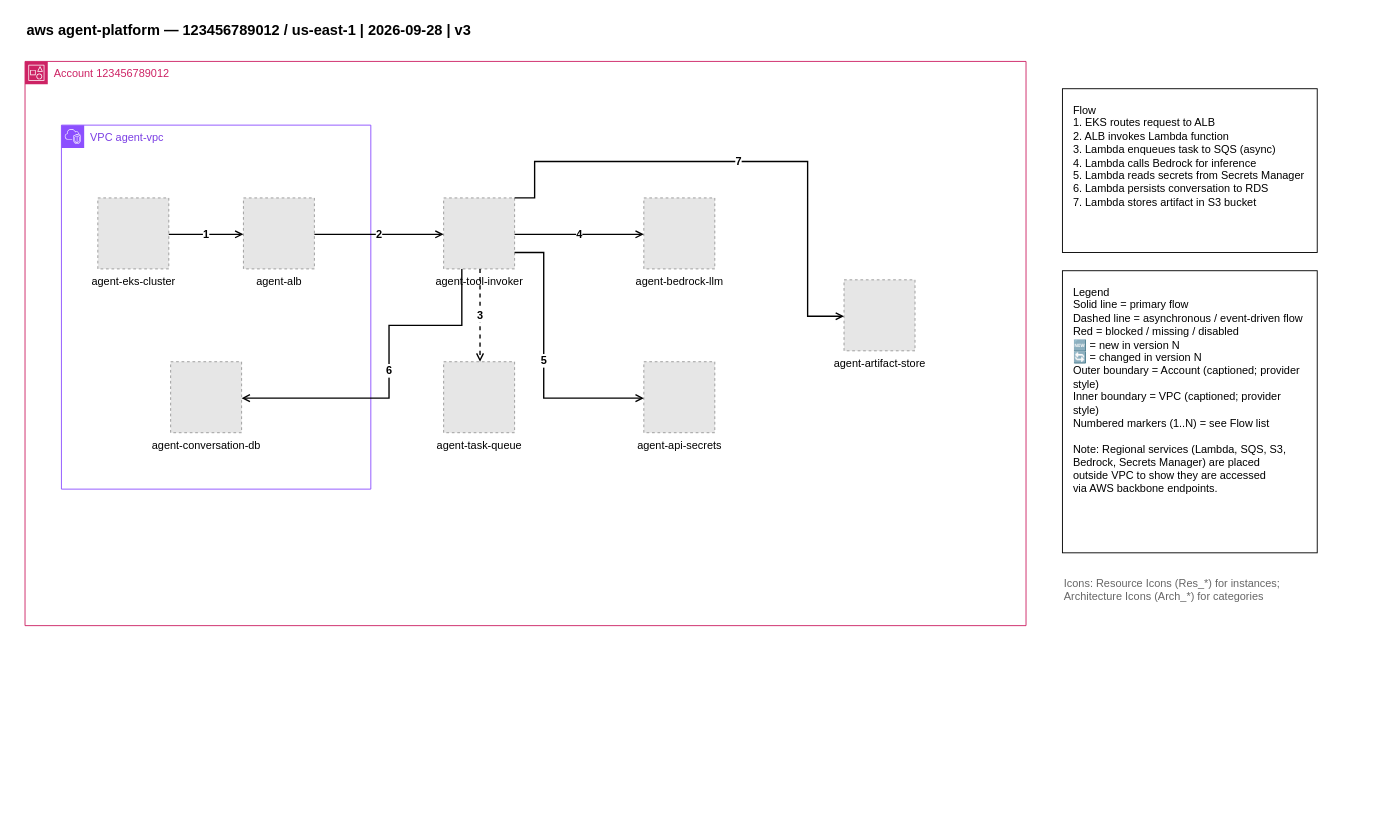
Above: examples/aws/01-aws-agent-platform.drawio in totoshko88/Cloud_Architecture (draw.io), before the change. Source tidied: cells renumbered, new cells numbered last; positions are measured from the earlier drawing's top-left corner, leaving out a move shared by most shapes. Both pictures are drawn from the tidied source at 91%, with x=0, y=0 at pixel (25, 15). Pictures stored in the file or linked from it are replaced by grey dashed boxes.
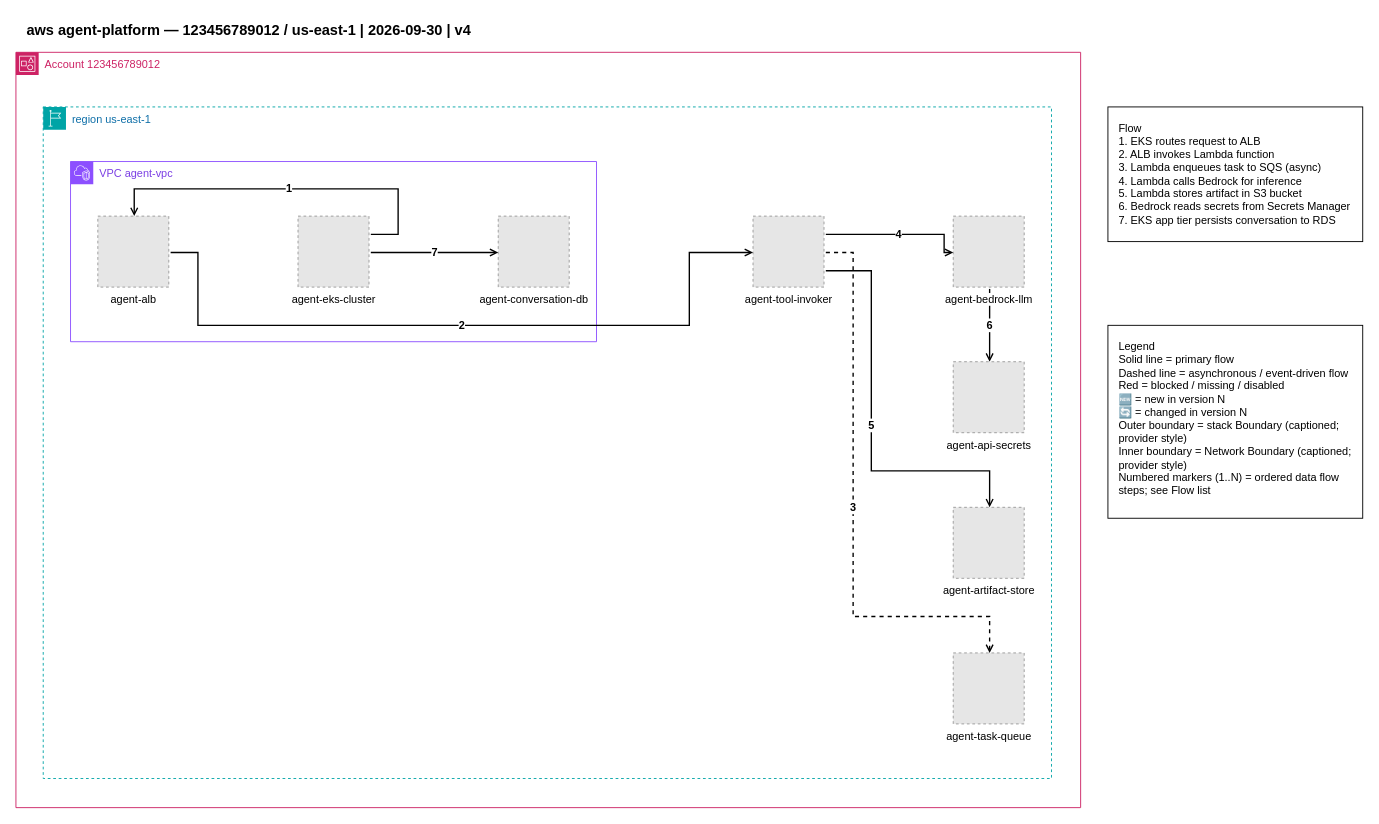
Above is the later version.

The edit, as a diff of the source:
```diff
@@
-    <mxCell id="2" value="aws agent-platform — 123456789012 / us-east-1 | 2026-09-28 | v3" style="text;html=1;align=left;verticalAlign=middle;fontSize=16;fontStyle=1;" parent="1" vertex="1">
+    <mxCell id="2" value="aws agent-platform — 123456789012 / us-east-1 | 2026-09-30 | v4" style="text;html=1;strokeColor=none;fillColor=none;align=left;verticalAlign=middle;fontSize=16;fontStyle=1;" parent="1" vertex="1">
       <mxGeometry width="900" height="30" as="geometry" />
     </mxCell>
     <mxCell id="3" value="Account 123456789012" style="shape=mxgraph.aws4.group;grIcon=mxgraph.aws4.group_account;grStroke=1;fillColor=none;strokeColor=#CD2264;dashed=0;verticalAlign=top;align=left;spacingLeft=30;fontColor=#CD2264;fontSize=12;html=1;" parent="1" vertex="1">
-      <mxGeometry y="50" width="1100" height="620" as="geometry" />
+      <mxGeometry x="-10" y="40" width="1170" height="830" as="geometry" />
     </mxCell>
+    <mxCell id="23" value="region us-east-1" style="shape=mxgraph.aws4.group;grIcon=mxgraph.aws4.group_region;grStroke=1;fillColor=none;strokeColor=#00A4A6;dashed=1;verticalAlign=top;align=left;spacingLeft=30;fontColor=#0F6FA8;fontSize=12;html=1;" parent="1" vertex="1">
+      <mxGeometry x="20" y="100" width="1108" height="738" as="geometry" />
+    </mxCell>
     <mxCell id="4" value="VPC agent-vpc" style="shape=mxgraph.aws4.group;grIcon=mxgraph.aws4.group_vpc2;grStroke=1;fillColor=none;strokeColor=#8C4FFF;dashed=0;verticalAlign=top;align=left;spacingLeft=30;fontColor=#7B3FE4;fontSize=12;html=1;" parent="1" vertex="1">
-      <mxGeometry x="40" y="120" width="340" height="400" as="geometry" />
+      <mxGeometry x="50" y="160" width="578" height="198" as="geometry" />
     </mxCell>
+    <mxCell id="18" value="6" style="edgeStyle=orthogonalEdgeStyle;rounded=0;html=1;endArrow=open;endFill=0;strokeWidth=1.5;exitX=0.5128205128205128;exitY=1.0256410256410255;exitDx=0;exitDy=0;exitPerimeter=0;entryX=0.5128205128205128;entryY=0.0;entryDx=0;entryDy=0;fontSize=12;fontStyle=1;" parent="1" edge="1" source="10" target="11">
+      <mxGeometry relative="1" as="geometry" />
+    </mxCell>
-    <mxCell id="5" value="agent-eks-cluster" style="fillColor=#E6E6E6;strokeColor=#999999;dashed=1;verticalLabelPosition=bottom;verticalAlign=top;html=1;align=center;fontSize=12;" parent="1" vertex="1">
-      <mxGeometry x="80" y="200" width="78" height="78" as="geometry" />
+    <mxCell id="5" value="agent-eks-cluster" style="fillColor=#E6E6E6;strokeColor=#999999;dashed=1;verticalLabelPosition=bottom;verticalAlign=top;html=1;align=center;fontSize=12;labelBackgroundColor=#FFFFFF;" parent="1" vertex="1">
+      <mxGeometry x="300" y="220" width="78" height="78" as="geometry" />
     </mxCell>
-    <mxCell id="6" value="agent-alb" style="fillColor=#E6E6E6;strokeColor=#999999;dashed=1;verticalLabelPosition=bottom;verticalAlign=top;html=1;align=center;fontSize=12;" parent="1" vertex="1">
-      <mxGeometry x="240" y="200" width="78" height="78" as="geometry" />
+    <mxCell id="6" value="agent-alb" style="fillColor=#E6E6E6;strokeColor=#999999;dashed=1;verticalLabelPosition=bottom;verticalAlign=top;html=1;align=center;fontSize=12;labelBackgroundColor=#FFFFFF;" parent="1" vertex="1">
+      <mxGeometry x="80" y="220" width="78" height="78" as="geometry" />
     </mxCell>
-    <mxCell id="7" value="agent-conversation-db" style="fillColor=#E6E6E6;strokeColor=#999999;dashed=1;verticalLabelPosition=bottom;verticalAlign=top;html=1;align=center;fontSize=12;" parent="1" vertex="1">
-      <mxGeometry x="160" y="380" width="78" height="78" as="geometry" />
+    <mxCell id="7" value="agent-conversation-db" style="fillColor=#E6E6E6;strokeColor=#999999;dashed=1;verticalLabelPosition=bottom;verticalAlign=top;html=1;align=center;fontSize=12;labelBackgroundColor=#FFFFFF;" parent="1" vertex="1">
+      <mxGeometry x="520" y="220" width="78" height="78" as="geometry" />
     </mxCell>
-    <mxCell id="8" value="agent-tool-invoker" style="fillColor=#E6E6E6;strokeColor=#999999;dashed=1;verticalLabelPosition=bottom;verticalAlign=top;html=1;align=center;fontSize=12;" parent="1" vertex="1">
-      <mxGeometry x="460" y="200" width="78" height="78" as="geometry" />
+    <mxCell id="8" value="agent-tool-invoker" style="fillColor=#E6E6E6;strokeColor=#999999;dashed=1;verticalLabelPosition=bottom;verticalAlign=top;html=1;align=center;fontSize=12;labelBackgroundColor=#FFFFFF;" parent="1" vertex="1">
+      <mxGeometry x="800" y="220" width="78" height="78" as="geometry" />
     </mxCell>
-    <mxCell id="9" value="agent-task-queue" style="fillColor=#E6E6E6;strokeColor=#999999;dashed=1;verticalLabelPosition=bottom;verticalAlign=top;html=1;align=center;fontSize=12;" parent="1" vertex="1">
-      <mxGeometry x="460" y="380" width="78" height="78" as="geometry" />
+    <mxCell id="9" value="agent-task-queue" style="fillColor=#E6E6E6;strokeColor=#999999;dashed=1;verticalLabelPosition=bottom;verticalAlign=top;html=1;align=center;fontSize=12;labelBackgroundColor=#FFFFFF;" parent="1" vertex="1">
+      <mxGeometry x="1020" y="700" width="78" height="78" as="geometry" />
     </mxCell>
-    <mxCell id="10" value="agent-bedrock-llm" style="fillColor=#E6E6E6;strokeColor=#999999;dashed=1;verticalLabelPosition=bottom;verticalAlign=top;html=1;align=center;fontSize=12;" parent="1" vertex="1">
-      <mxGeometry x="680" y="200" width="78" height="78" as="geometry" />
+    <mxCell id="10" value="agent-bedrock-llm" style="fillColor=#E6E6E6;strokeColor=#999999;dashed=1;verticalLabelPosition=bottom;verticalAlign=top;html=1;align=center;fontSize=12;labelBackgroundColor=#FFFFFF;" parent="1" vertex="1">
+      <mxGeometry x="1020" y="220" width="78" height="78" as="geometry" />
     </mxCell>
-    <mxCell id="11" value="agent-api-secrets" style="fillColor=#E6E6E6;strokeColor=#999999;dashed=1;verticalLabelPosition=bottom;verticalAlign=top;html=1;align=center;fontSize=12;" parent="1" vertex="1">
-      <mxGeometry x="680" y="380" width="78" height="78" as="geometry" />
+    <mxCell id="11" value="agent-api-secrets" style="fillColor=#E6E6E6;strokeColor=#999999;dashed=1;verticalLabelPosition=bottom;verticalAlign=top;html=1;align=center;fontSize=12;labelBackgroundColor=#FFFFFF;" parent="1" vertex="1">
+      <mxGeometry x="1020" y="380" width="78" height="78" as="geometry" />
     </mxCell>
-    <mxCell id="12" value="agent-artifact-store" style="fillColor=#E6E6E6;strokeColor=#999999;dashed=1;verticalLabelPosition=bottom;verticalAlign=top;html=1;align=center;fontSize=12;" parent="1" vertex="1">
-      <mxGeometry x="900" y="290" width="78" height="78" as="geometry" />
+    <mxCell id="12" value="agent-artifact-store" style="fillColor=#E6E6E6;strokeColor=#999999;dashed=1;verticalLabelPosition=bottom;verticalAlign=top;html=1;align=center;fontSize=12;labelBackgroundColor=#FFFFFF;" parent="1" vertex="1">
+      <mxGeometry x="1020" y="540" width="78" height="78" as="geometry" />
     </mxCell>
-    <mxCell id="13" value="1" style="edgeStyle=orthogonalEdgeStyle;rounded=0;html=1;endArrow=open;endFill=0;strokeWidth=1.5;exitX=1;exitY=0.5128;entryX=0;entryY=0.5128;fontSize=12;fontStyle=1;" parent="1" edge="1" source="5" target="6">
-      <mxGeometry relative="1" as="geometry" />
+    <mxCell id="13" value="1" style="edgeStyle=orthogonalEdgeStyle;rounded=0;html=1;endArrow=open;endFill=0;strokeWidth=1.5;exitX=1.0256410256410255;exitY=0.2564102564102564;exitDx=0;exitDy=0;exitPerimeter=0;entryX=0.5128205128205128;entryY=0.0;entryDx=0;entryDy=0;fontSize=12;fontStyle=1;" parent="1" edge="1" source="5" target="6">
+      <mxGeometry relative="1" as="geometry">
+        <Array as="points">
+          <mxPoint x="410" y="240" />
+          <mxPoint x="410" y="190" />
+          <mxPoint x="120" y="190" />
+        </Array>
+      </mxGeometry>
     </mxCell>
-    <mxCell id="14" value="2" style="edgeStyle=orthogonalEdgeStyle;rounded=0;html=1;endArrow=open;endFill=0;strokeWidth=1.5;exitX=1;exitY=0.5128;entryX=0;entryY=0.5128;fontSize=12;fontStyle=1;" parent="1" edge="1" source="6" target="8">
-      <mxGeometry relative="1" as="geometry" />
+    <mxCell id="14" value="2" style="edgeStyle=orthogonalEdgeStyle;rounded=0;html=1;endArrow=open;endFill=0;strokeWidth=1.5;exitX=1.0256410256410255;exitY=0.5128205128205128;exitDx=0;exitDy=0;exitPerimeter=0;entryX=0.0;entryY=0.5128205128205128;entryDx=0;entryDy=0;fontSize=12;fontStyle=1;" parent="1" edge="1" source="6" target="8">
+      <mxGeometry relative="1" as="geometry">
+        <Array as="points">
+          <mxPoint x="190" y="260" />
+          <mxPoint x="190" y="340" />
+          <mxPoint x="730" y="340" />
+          <mxPoint x="730" y="260" />
+        </Array>
+      </mxGeometry>
     </mxCell>
-    <mxCell id="15" value="3" style="edgeStyle=orthogonalEdgeStyle;rounded=0;html=1;dashed=1;endArrow=open;endFill=0;strokeWidth=1.5;exitX=0.5128;exitY=1;entryX=0.5128;entryY=0;fontSize=12;fontStyle=1;" parent="1" edge="1" source="8" target="9">
-      <mxGeometry relative="1" as="geometry" />
+    <mxCell id="15" value="3" style="edgeStyle=orthogonalEdgeStyle;rounded=0;html=1;endArrow=open;endFill=0;strokeWidth=1.5;dashed=1;exitX=1.0256410256410255;exitY=0.5128205128205128;exitDx=0;exitDy=0;exitPerimeter=0;entryX=0.5128205128205128;entryY=0.0;entryDx=0;entryDy=0;fontSize=12;fontStyle=1;" parent="1" edge="1" source="8" target="9">
+      <mxGeometry relative="1" as="geometry">
+        <Array as="points">
+          <mxPoint x="910" y="260" />
+          <mxPoint x="910" y="660" />
+          <mxPoint x="1060" y="660" />
+        </Array>
+      </mxGeometry>
     </mxCell>
-    <mxCell id="16" value="4" style="edgeStyle=orthogonalEdgeStyle;rounded=0;html=1;endArrow=open;endFill=0;strokeWidth=1.5;exitX=1;exitY=0.5128;entryX=0;entryY=0.5128;fontSize=12;fontStyle=1;" parent="1" edge="1" source="8" target="10">
-      <mxGeometry relative="1" as="geometry" />
+    <mxCell id="16" value="4" style="edgeStyle=orthogonalEdgeStyle;rounded=0;html=1;endArrow=open;endFill=0;strokeWidth=1.5;exitX=1.0256410256410255;exitY=0.2564102564102564;exitDx=0;exitDy=0;exitPerimeter=0;entryX=0.0;entryY=0.5128205128205128;entryDx=0;entryDy=0;fontSize=12;fontStyle=1;" parent="1" edge="1" source="8" target="10">
+      <mxGeometry relative="1" as="geometry">
+        <Array as="points">
+          <mxPoint x="1010" y="240" />
+          <mxPoint x="1010" y="260" />
+        </Array>
+      </mxGeometry>
     </mxCell>
-    <mxCell id="17" value="5" style="edgeStyle=orthogonalEdgeStyle;rounded=0;html=1;endArrow=open;endFill=0;strokeWidth=1.5;exitX=1;exitY=0.7692;entryX=0;entryY=0.5128;fontSize=12;fontStyle=1;" parent="1" edge="1" source="8" target="11">
+    <mxCell id="17" value="5" style="edgeStyle=orthogonalEdgeStyle;rounded=0;html=1;endArrow=open;endFill=0;strokeWidth=1.5;exitX=1.0256410256410255;exitY=0.7692307692307693;exitDx=0;exitDy=0;exitPerimeter=0;entryX=0.5128205128205128;entryY=0.0;entryDx=0;entryDy=0;fontSize=12;fontStyle=1;" parent="1" edge="1" source="8" target="12">
       <mxGeometry relative="1" as="geometry">
         <Array as="points">
-          <mxPoint x="570" y="260" />
-          <mxPoint x="570" y="420" />
+          <mxPoint x="930" y="280" />
+          <mxPoint x="930" y="500" />
+          <mxPoint x="1060" y="500" />
         </Array>
       </mxGeometry>
     </mxCell>
-    <mxCell id="18" value="6" style="edgeStyle=orthogonalEdgeStyle;rounded=0;html=1;endArrow=open;endFill=0;strokeWidth=1.5;exitX=0.2564;exitY=1;entryX=1;entryY=0.5128;fontSize=12;fontStyle=1;" parent="1" edge="1" source="8" target="7">
-      <mxGeometry relative="1" as="geometry">
-        <Array as="points">
-          <mxPoint x="480" y="340" />
-          <mxPoint x="400" y="340" />
-          <mxPoint x="400" y="420" />
-        </Array>
-      </mxGeometry>
-    </mxCell>
-    <mxCell id="19" value="7" style="edgeStyle=orthogonalEdgeStyle;rounded=0;html=1;endArrow=open;endFill=0;strokeWidth=1.5;exitX=1;exitY=0;entryX=0;entryY=0.5128;fontSize=12;fontStyle=1;" parent="1" edge="1" source="8" target="12">
-      <mxGeometry relative="1" as="geometry">
-        <Array as="points">
-          <mxPoint x="560" y="200" />
-          <mxPoint x="560" y="160" />
-          <mxPoint x="860" y="160" />
-          <mxPoint x="860" y="330" />
-        </Array>
-      </mxGeometry>
+    <mxCell id="19" value="7" style="edgeStyle=orthogonalEdgeStyle;rounded=0;html=1;endArrow=open;endFill=0;strokeWidth=1.5;exitX=1.0256410256410255;exitY=0.5128205128205128;exitDx=0;exitDy=0;exitPerimeter=0;entryX=0.0;entryY=0.5128205128205128;entryDx=0;entryDy=0;fontSize=12;fontStyle=1;" parent="1" edge="1" source="5" target="7">
+      <mxGeometry relative="1" as="geometry" />
     </mxCell>
-    <mxCell id="20" value="Flow&#10;1. EKS routes request to ALB&#10;2. ALB invokes Lambda function&#10;3. Lambda enqueues task to SQS (async)&#10;4. Lambda calls Bedrock for inference&#10;5. Lambda reads secrets from Secrets Manager&#10;6. Lambda persists conversation to RDS&#10;7. Lambda stores artifact in S3 bucket" style="text;html=1;align=left;verticalAlign=top;fontSize=12;whiteSpace=wrap;strokeColor=#000000;fillColor=#FFFFFF;spacingLeft=10;spacingRight=10;spacingTop=10;spacingBottom=10;" parent="1" vertex="1">
-      <mxGeometry x="1140" y="80" width="280" height="180" as="geometry" />
+    <mxCell id="20" value="Flow&#10;1. EKS routes request to ALB&#10;2. ALB invokes Lambda function&#10;3. Lambda enqueues task to SQS (async)&#10;4. Lambda calls Bedrock for inference&#10;5. Lambda stores artifact in S3 bucket&#10;6. Bedrock reads secrets from Secrets Manager&#10;7. EKS app tier persists conversation to RDS" style="text;html=1;align=left;verticalAlign=top;fontSize=12;whiteSpace=wrap;strokeColor=#000000;fillColor=#FFFFFF;spacingLeft=10;spacingRight=10;spacingTop=10;spacingBottom=10;" parent="1" vertex="1">
+      <mxGeometry x="1190" y="100" width="280" height="148" as="geometry" />
     </mxCell>
-    <mxCell id="21" value="Legend&#10;Solid line = primary flow&#10;Dashed line = asynchronous / event-driven flow&#10;Red = blocked / missing / disabled&#10;🆕 = new in version N&#10;🔄 = changed in version N&#10;Outer boundary = Account (captioned; provider style)&#10;Inner boundary = VPC (captioned; provider style)&#10;Numbered markers (1..N) = see Flow list&#10;&#10;Note: Regional services (Lambda, SQS, S3,&#10;Bedrock, Secrets Manager) are placed&#10;outside VPC to show they are accessed&#10;via AWS backbone endpoints." style="text;html=1;align=left;verticalAlign=top;fontSize=12;whiteSpace=wrap;strokeColor=#000000;fillColor=#FFFFFF;spacingLeft=10;spacingRight=10;spacingTop=10;spacingBottom=10;" parent="1" vertex="1">
-      <mxGeometry x="1140" y="280" width="280" height="310" as="geometry" />
+    <mxCell id="21" value="Legend&#10;Solid line = primary flow&#10;Dashed line = asynchronous / event-driven flow&#10;Red = blocked / missing / disabled&#10;🆕 = new in version N&#10;🔄 = changed in version N&#10;Outer boundary = stack Boundary (captioned; provider style)&#10;Inner boundary = Network Boundary (captioned; provider style)&#10;Numbered markers (1..N) = ordered data flow steps; see Flow list" style="text;html=1;align=left;verticalAlign=top;fontSize=12;whiteSpace=wrap;strokeColor=#000000;fillColor=#FFFFFF;spacingLeft=10;spacingRight=10;spacingTop=10;spacingBottom=10;" parent="1" vertex="1">
+      <mxGeometry x="1190" y="340" width="280" height="212" as="geometry" />
     </mxCell>
-    <mxCell id="22" value="Icons: Resource Icons (Res_*) for instances;&#10;Architecture Icons (Arch_*) for categories" style="text;html=1;align=left;verticalAlign=top;fontSize=12;fontColor=#666666;whiteSpace=wrap;" parent="1" vertex="1">
-      <mxGeometry x="1140" y="610" width="280" height="40" as="geometry" />
-    </mxCell>
```
